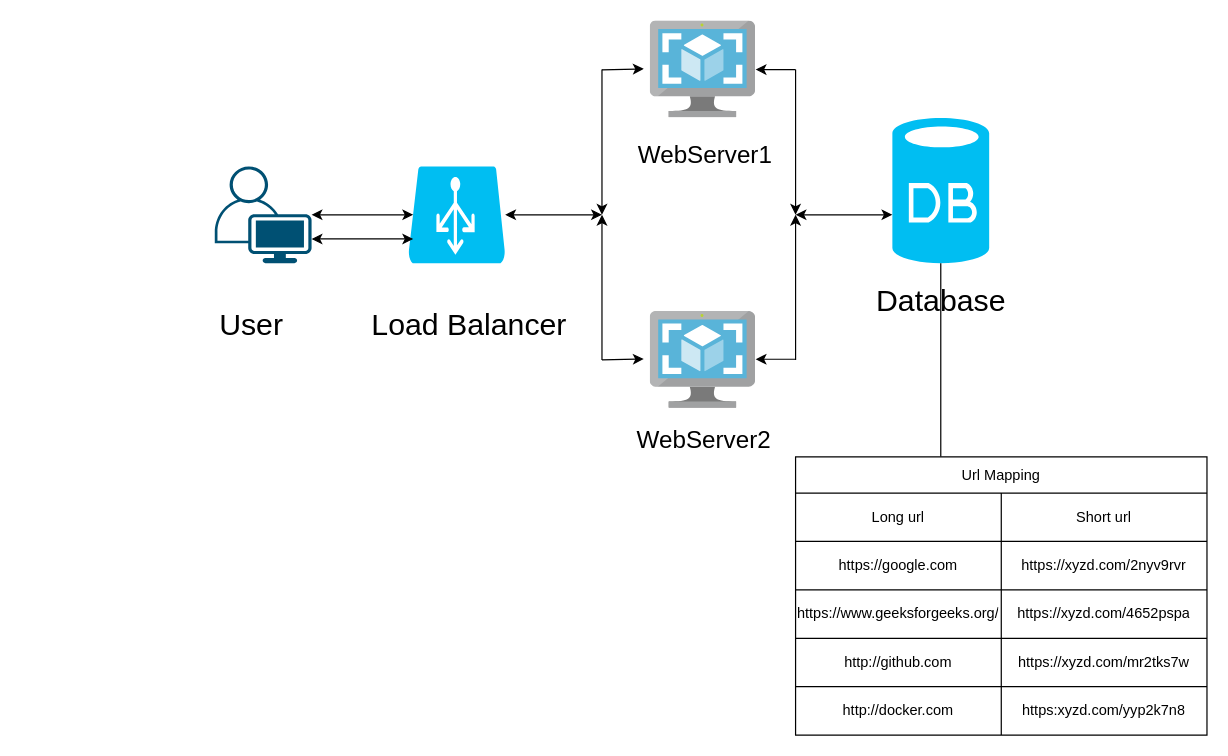
Above: Untitled Diagram.drawio in amolbhawari/samplejavawar01 (draw.io), before the change. Source tidied: cells renumbered, new cells numbered last; positions are measured from the earlier drawing's top-left corner, leaving out a move shared by most shapes. Both pictures are drawn from the tidied source at 121%, with x=0, y=0 at pixel (208, 21).
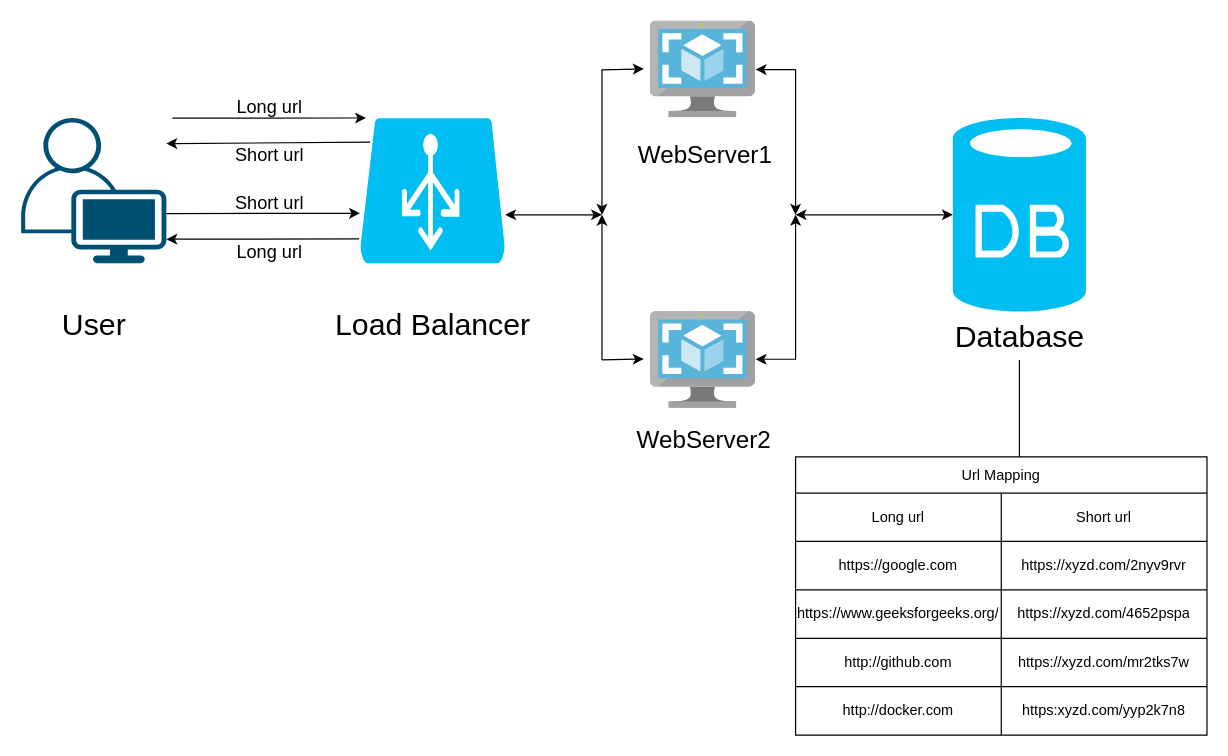
The same diagram, later.

What changed in the source:
```diff
@@
     <mxCell id="2" style="verticalLabelPosition=bottom;sketch=0;html=1;verticalAlign=top;align=center;shape=mxgraph.cisco19.user;fillColor=#005073;strokeColor=none;" parent="1" vertex="1">
-      <mxGeometry x="5" y="120" width="80" height="80" as="geometry" />
+      <mxGeometry x="-155" y="80" width="120" height="120" as="geometry" />
     </mxCell>
     <mxCell id="3" style="verticalLabelPosition=bottom;html=1;verticalAlign=top;align=center;strokeColor=none;fillColor=#00BEF2;shape=mxgraph.azure.azure_load_balancer;" parent="1" vertex="1">
-      <mxGeometry x="165" y="120" width="80" height="80" as="geometry" />
+      <mxGeometry x="125" y="80" width="120" height="120" as="geometry" />
     </mxCell>
@@
     <mxCell id="6" style="verticalLabelPosition=bottom;html=1;verticalAlign=top;align=center;strokeColor=none;fillColor=#00BEF2;shape=mxgraph.azure.database;" parent="1" vertex="1">
-      <mxGeometry x="565" y="80" width="80" height="120" as="geometry" />
+      <mxGeometry x="615" y="80" width="110" height="160" as="geometry" />
     </mxCell>
-    <mxCell id="7" style="endArrow=classic;startArrow=classic;html=1;rounded=0;entryX=0.05;entryY=0.5;entryDx=0;entryDy=0;entryPerimeter=0;" parent="1" edge="1" target="3">
-      <mxGeometry relative="1" as="geometry">
-        <mxPoint x="85" y="160" as="sourcePoint" />
-        <Array as="points">
-          <mxPoint x="115" y="160" />
-        </Array>
-      </mxGeometry>
-    </mxCell>
-    <mxCell id="8" style="endArrow=classic;startArrow=classic;html=1;rounded=0;entryX=0.05;entryY=0.5;entryDx=0;entryDy=0;entryPerimeter=0;" parent="1" edge="1">
-      <mxGeometry relative="1" as="geometry">
-        <mxPoint x="85" y="180" as="sourcePoint" />
-        <mxPoint x="169" y="180" as="targetPoint" />
-      </mxGeometry>
-    </mxCell>
@@
-    <mxCell id="16" style="endArrow=classic;startArrow=classic;html=1;rounded=0;" parent="1" edge="1">
+    <mxCell id="16" style="endArrow=classic;startArrow=classic;html=1;rounded=0;entryX=0;entryY=0.5;entryDx=0;entryDy=0;entryPerimeter=0;" parent="1" edge="1" target="6">
       <mxGeometry relative="1" as="geometry">
         <mxPoint x="485" y="160" as="sourcePoint" />
-        <mxPoint x="565" y="160" as="targetPoint" />
       </mxGeometry>
     </mxCell>
@@
-    <mxCell id="19" style="endArrow=none;html=1;rounded=0;entryX=0.5;entryY=1;entryDx=0;entryDy=0;entryPerimeter=0;" parent="1" edge="1" target="6">
-      <mxGeometry relative="1" as="geometry">
-        <mxPoint x="605" y="360" as="sourcePoint" />
-      </mxGeometry>
+    <mxCell id="19" style="endArrow=none;html=1;rounded=0;entryX=0.5;entryY=1;entryDx=0;entryDy=0;entryPerimeter=0;startArrow=none;" parent="1" edge="1" source="40" target="6">
+      <mxGeometry relative="1" as="geometry" />
     </mxCell>
@@
     <mxCell id="36" value="&lt;span style=&quot;font-size: 25px&quot;&gt;User&lt;/span&gt;" style="text;html=1;align=center;verticalAlign=middle;strokeColor=none;fillColor=none;" parent="1" vertex="1">
-      <mxGeometry y="240" width="70" height="20" as="geometry" />
+      <mxGeometry x="-130" y="240" width="70" height="20" as="geometry" />
     </mxCell>
     <mxCell id="37" value="Load Balancer" style="text;html=1;align=center;verticalAlign=middle;strokeColor=none;fillColor=none;fontSize=25;" parent="1" vertex="1">
-      <mxGeometry x="125" y="230" width="180" height="40" as="geometry" />
+      <mxGeometry x="95" y="230" width="180" height="40" as="geometry" />
     </mxCell>
@@
     <mxCell id="40" value="Database" style="text;html=1;align=center;verticalAlign=middle;points=[];strokeColor=none;fillColor=none;fontSize=25;" parent="1" vertex="1">
-      <mxGeometry x="545" y="210" width="120" height="40" as="geometry" />
+      <mxGeometry x="610" y="240" width="120" height="40" as="geometry" />
     </mxCell>
+    <mxCell id="41" style="endArrow=none;html=1;rounded=0;entryX=0.5;entryY=1;entryDx=0;entryDy=0;entryPerimeter=0;" parent="1" edge="1" target="40">
+      <mxGeometry relative="1" as="geometry">
+        <mxPoint x="670" y="360" as="sourcePoint" />
+      </mxGeometry>
+    </mxCell>
+    <mxCell id="42" value="Long url" style="text;html=1;align=center;verticalAlign=middle;strokeColor=none;fillColor=none;fontSize=15;" parent="1" vertex="1">
+      <mxGeometry x="15" y="60" width="70" height="20" as="geometry" />
+    </mxCell>
+    <mxCell id="43" value="Short url" style="text;html=1;align=center;verticalAlign=middle;strokeColor=none;fillColor=none;fontSize=15;" parent="1" vertex="1">
+      <mxGeometry x="15" y="100" width="70" height="20" as="geometry" />
+    </mxCell>
+    <mxCell id="44" value="Short url" style="text;html=1;align=center;verticalAlign=middle;strokeColor=none;fillColor=none;fontSize=15;" parent="1" vertex="1">
+      <mxGeometry x="15" y="140" width="70" height="20" as="geometry" />
+    </mxCell>
+    <mxCell id="45" value="Long url" style="text;html=1;align=center;verticalAlign=middle;strokeColor=none;fillColor=none;fontSize=15;" parent="1" vertex="1">
+      <mxGeometry x="15" y="180" width="70" height="20" as="geometry" />
+    </mxCell>
+    <mxCell id="46" style="endArrow=classic;html=1;rounded=0;fontSize=15;" parent="1" edge="1">
+      <mxGeometry relative="1" as="geometry">
+        <mxPoint x="-30" y="80.2" as="sourcePoint" />
+        <mxPoint x="130" y="80" as="targetPoint" />
+      </mxGeometry>
+    </mxCell>
+    <mxCell id="47" style="endArrow=classic;html=1;rounded=0;fontSize=15;" parent="1" edge="1">
+      <mxGeometry relative="1" as="geometry">
+        <mxPoint x="-35" y="159" as="sourcePoint" />
+        <mxPoint x="125" y="158.8" as="targetPoint" />
+      </mxGeometry>
+    </mxCell>
+    <mxCell id="48" style="endArrow=classic;html=1;rounded=0;fontSize=15;entryX=0.98;entryY=0.51;entryDx=0;entryDy=0;entryPerimeter=0;exitX=0.05;exitY=0.5;exitDx=0;exitDy=0;exitPerimeter=0;" parent="1" edge="1">
+      <mxGeometry relative="1" as="geometry">
+        <mxPoint x="133.4" y="100" as="sourcePoint" />
+        <mxPoint x="-35" y="101.2" as="targetPoint" />
+      </mxGeometry>
+    </mxCell>
+    <mxCell id="49" style="endArrow=classic;html=1;rounded=0;fontSize=15;entryX=0.98;entryY=0.51;entryDx=0;entryDy=0;entryPerimeter=0;" parent="1" edge="1">
+      <mxGeometry relative="1" as="geometry">
+        <mxPoint x="124.2" y="180" as="sourcePoint" />
+        <mxPoint x="-35" y="180.2" as="targetPoint" />
+      </mxGeometry>
+    </mxCell>
```
